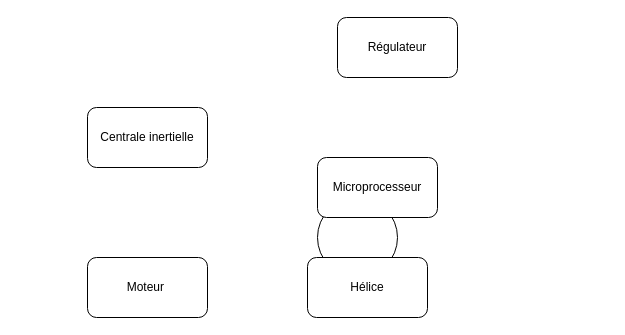
Earlier version of the draw.io diagram Diagramme sans nom.drawio (0reoAurelien/projet-hovercraft). Source tidied: cells renumbered, new cells numbered last; positions are measured from the earlier drawing's top-left corner, leaving out a move shared by most shapes. Both pictures are drawn from the tidied source at 100%, with x=0, y=0 at pixel (87, 17).
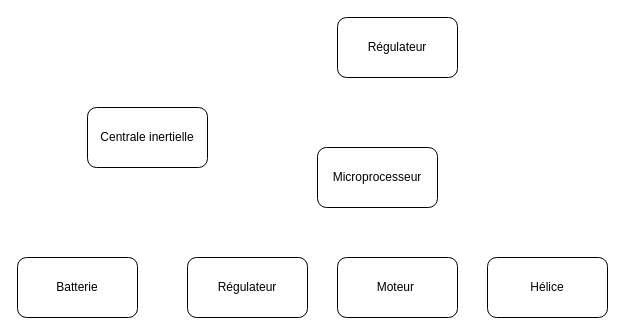
The same diagram, later.

Commit message:
Mettre à jour Diagramme sans nom.drawio

Change to the diagram source:
```diff
@@
 <mxGraphModel>
   <root>
     <mxCell id="0" />
     <mxCell id="1" parent="0" />
     <mxCell id="2" value="Moteur&amp;nbsp;" style="rounded=1;whiteSpace=wrap;html=1;" parent="1" vertex="1">
-      <mxGeometry y="240" width="120" height="60" as="geometry" />
+      <mxGeometry x="250" y="240" width="120" height="60" as="geometry" />
     </mxCell>
     <mxCell id="3" value="Centrale inertielle" style="rounded=1;whiteSpace=wrap;html=1;" parent="1" vertex="1">
       <mxGeometry y="90" width="120" height="60" as="geometry" />
     </mxCell>
-    <mxCell id="4" style="ellipse;whiteSpace=wrap;html=1;" parent="1" vertex="1">
-      <mxGeometry x="230" y="180" width="80" height="80" as="geometry" />
-    </mxCell>
     <mxCell id="5" value="Microprocesseur" style="rounded=1;whiteSpace=wrap;html=1;" parent="1" vertex="1">
-      <mxGeometry x="230" y="140" width="120" height="60" as="geometry" />
+      <mxGeometry x="230" y="130" width="120" height="60" as="geometry" />
     </mxCell>
     <mxCell id="6" value="Hélice" style="rounded=1;whiteSpace=wrap;html=1;" parent="1" vertex="1">
-      <mxGeometry x="220" y="240" width="120" height="60" as="geometry" />
+      <mxGeometry x="400" y="240" width="120" height="60" as="geometry" />
     </mxCell>
     <mxCell id="7" value="Régulateur" style="rounded=1;whiteSpace=wrap;html=1;" parent="1" vertex="1">
       <mxGeometry x="250" width="120" height="60" as="geometry" />
     </mxCell>
+    <mxCell id="8" value="Régulateur" style="rounded=1;whiteSpace=wrap;html=1;" parent="1" vertex="1">
+      <mxGeometry x="100" y="240" width="120" height="60" as="geometry" />
+    </mxCell>
+    <mxCell id="9" value="Batterie" style="rounded=1;whiteSpace=wrap;html=1;" parent="1" vertex="1">
+      <mxGeometry x="-70" y="240" width="120" height="60" as="geometry" />
+    </mxCell>
   </root>
 </mxGraphModel>
```
